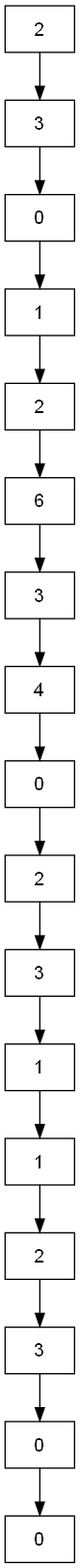
Above: img/Lista_Enlazada.png in miguel-tubac/IPC2_Proyecto1_202101927 (Graphviz), before the change. Its source is kept beside it as img/Lista_Enlazada.gv.
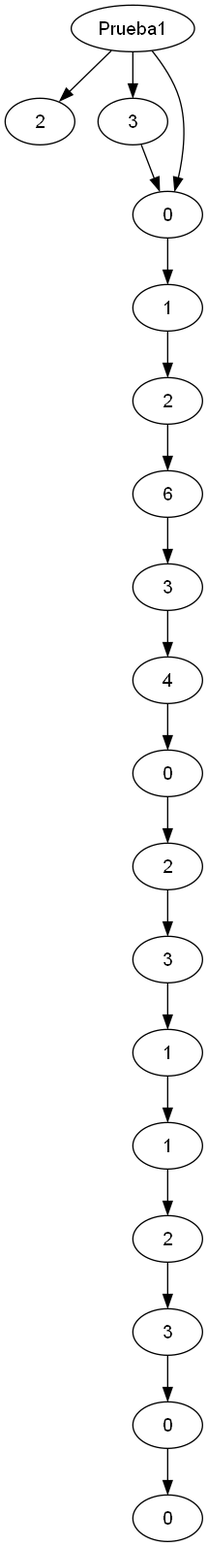
Later version of the same file.

Diff of the diagram source:
```diff
@@ -1,8 +1,12 @@
 digraph structs {
-	node [fontname=Helvetica shape=record]
+	node [fontname=Helvetica shape=ellipse]
+	a [label=Prueba1]
 	0 [label=2]
+	a -> 0
 	1 [label=3]
-	0 -> 1
+	a -> 1
+	1 [label=3]
+	a -> 2
 	1 [label=3]
 	2 [label=0]
 	1 -> 2
```
